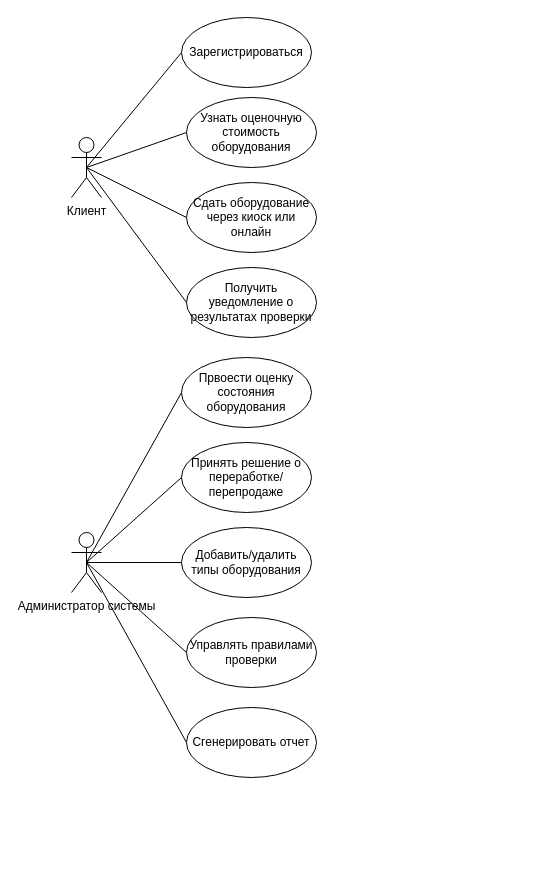
The draw.io diagram Lab Work №1/docs/diagram.drawio in embersage/HSE-Software-Architecture, before the edit. Source tidied: cells renumbered, new cells numbered last; positions are measured from the earlier drawing's top-left corner, leaving out a move shared by most shapes. Both pictures are drawn from the tidied source at 100%, with x=0, y=0 at pixel (71, 17).
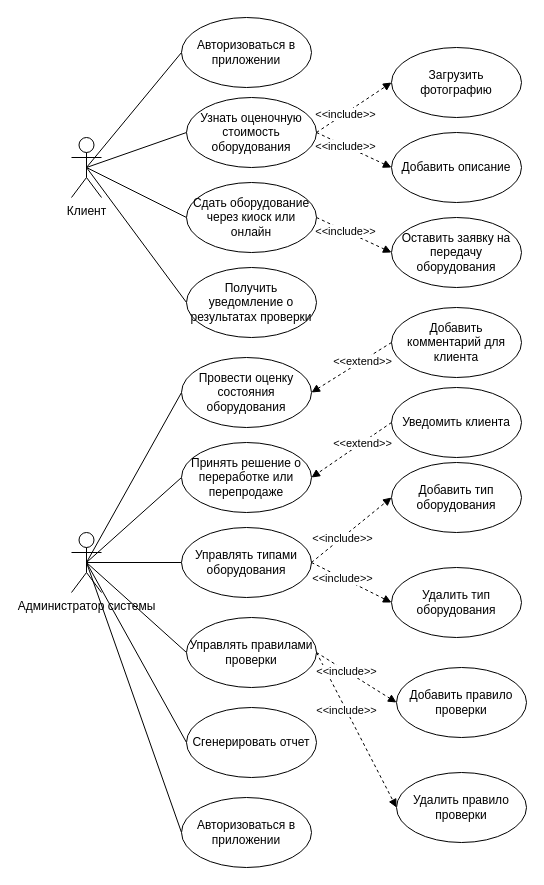
The same page after the edit.

Commit message (it also covers changes not shown here):
LabWork1 Исправил use case диаграмму, добавил подразделы нефункциональных требований

The change refers to these unchanged cells:
```xml
<mxCell id="12" value="Администратор системы" style="shape=umlActor;verticalLabelPosition=bottom;verticalAlign=top;html=1;outlineConnect=0;" parent="1" vertex="1">
  <mxGeometry y="515" width="30" height="60" as="geometry" />
</mxCell>
<mxCell id="13" value="Узнать оценочную стоимость оборудования" style="ellipse;whiteSpace=wrap;html=1;" parent="1" vertex="1">
  <mxGeometry x="115" y="80" width="130" height="70" as="geometry" />
</mxCell>
<mxCell id="14" value="Сдать оборудование через киоск или онлайн" style="ellipse;whiteSpace=wrap;html=1;" parent="1" vertex="1">
  <mxGeometry x="115" y="165" width="130" height="70" as="geometry" />
</mxCell>
<mxCell id="19" value="Управлять правилами проверки" style="ellipse;whiteSpace=wrap;html=1;" parent="1" vertex="1">
  <mxGeometry x="115" y="600" width="130" height="70" as="geometry" />
</mxCell>
```

Change to the diagram source:
```diff
@@
+    <mxCell id="22" style="edgeStyle=none;html=1;exitX=0.5;exitY=0.5;exitDx=0;exitDy=0;exitPerimeter=0;entryX=0;entryY=0.5;entryDx=0;entryDy=0;endArrow=none;endFill=0;" parent="1" edge="1" source="12" target="32">
+      <mxGeometry relative="1" as="geometry" />
+    </mxCell>
@@
-    <mxCell id="16" value="Првоести оценку состояния оборудования" style="ellipse;whiteSpace=wrap;html=1;" parent="1" vertex="1">
+    <mxCell id="16" value="Провести оценку состояния оборудования" style="ellipse;whiteSpace=wrap;html=1;" parent="1" vertex="1">
       <mxGeometry x="110" y="340" width="130" height="70" as="geometry" />
     </mxCell>
-    <mxCell id="17" value="Принять решение о переработке/перепродаже" style="ellipse;whiteSpace=wrap;html=1;" parent="1" vertex="1">
+    <mxCell id="17" value="Принять решение о переработке или перепродаже" style="ellipse;whiteSpace=wrap;html=1;" parent="1" vertex="1">
       <mxGeometry x="110" y="425" width="130" height="70" as="geometry" />
     </mxCell>
-    <mxCell id="18" value="Добавить/удалить типы оборудования" style="ellipse;whiteSpace=wrap;html=1;" parent="1" vertex="1">
+    <mxCell id="18" value="Управлять типами оборудования" style="ellipse;whiteSpace=wrap;html=1;" parent="1" vertex="1">
       <mxGeometry x="110" y="510" width="130" height="70" as="geometry" />
     </mxCell>
@@
-    <mxCell id="20" value="Зарегистрироваться" style="ellipse;whiteSpace=wrap;html=1;" parent="1" vertex="1">
+    <mxCell id="20" value="Авторизоваться в приложении" style="ellipse;whiteSpace=wrap;html=1;" parent="1" vertex="1">
       <mxGeometry x="110" width="130" height="70" as="geometry" />
     </mxCell>
@@
+    <mxCell id="23" style="edgeStyle=none;html=1;dashed=1;endArrow=block;endFill=1;entryX=0;entryY=0.5;entryDx=0;entryDy=0;exitX=1;exitY=0.5;exitDx=0;exitDy=0;" parent="1" edge="1" source="13" target="25">
+      <mxGeometry relative="1" as="geometry" />
+    </mxCell>
+    <mxCell id="24" value="&amp;lt;&amp;lt;include&amp;gt;&amp;gt;" style="edgeLabel;html=1;align=center;verticalAlign=middle;" parent="23" vertex="1">
+      <mxGeometry x="-0.25" relative="1" as="geometry" />
+    </mxCell>
+    <mxCell id="25" value="Загрузить фотографию" style="ellipse;whiteSpace=wrap;html=1;" parent="1" vertex="1">
+      <mxGeometry x="320" y="30" width="130" height="70" as="geometry" />
+    </mxCell>
+    <mxCell id="26" value="Добавить описание" style="ellipse;whiteSpace=wrap;html=1;" parent="1" vertex="1">
+      <mxGeometry x="320" y="115" width="130" height="70" as="geometry" />
+    </mxCell>
+    <mxCell id="27" style="edgeStyle=none;html=1;dashed=1;endArrow=block;endFill=1;entryX=0;entryY=0.5;entryDx=0;entryDy=0;exitX=1;exitY=0.5;exitDx=0;exitDy=0;" parent="1" edge="1" source="13" target="26">
+      <mxGeometry relative="1" as="geometry" />
+    </mxCell>
+    <mxCell id="28" value="&amp;lt;&amp;lt;include&amp;gt;&amp;gt;" style="edgeLabel;html=1;align=center;verticalAlign=middle;" parent="27" vertex="1">
+      <mxGeometry x="-0.25" relative="1" as="geometry" />
+    </mxCell>
+    <mxCell id="29" value="Оставить заявку на передачу оборудования" style="ellipse;whiteSpace=wrap;html=1;" parent="1" vertex="1">
+      <mxGeometry x="320" y="200" width="130" height="70" as="geometry" />
+    </mxCell>
+    <mxCell id="30" style="edgeStyle=none;html=1;dashed=1;endArrow=block;endFill=1;entryX=0;entryY=0.5;entryDx=0;entryDy=0;exitX=1;exitY=0.5;exitDx=0;exitDy=0;" parent="1" edge="1" source="14" target="29">
+      <mxGeometry relative="1" as="geometry" />
+    </mxCell>
+    <mxCell id="31" value="&amp;lt;&amp;lt;include&amp;gt;&amp;gt;" style="edgeLabel;html=1;align=center;verticalAlign=middle;" parent="30" vertex="1">
+      <mxGeometry x="-0.25" relative="1" as="geometry" />
+    </mxCell>
+    <mxCell id="32" value="Авторизоваться в приложении" style="ellipse;whiteSpace=wrap;html=1;" parent="1" vertex="1">
+      <mxGeometry x="110" y="780" width="130" height="70" as="geometry" />
+    </mxCell>
+    <mxCell id="33" value="Добавить тип оборудования" style="ellipse;whiteSpace=wrap;html=1;" parent="1" vertex="1">
+      <mxGeometry x="320" y="445" width="130" height="70" as="geometry" />
+    </mxCell>
+    <mxCell id="34" value="Удалить тип оборудования" style="ellipse;whiteSpace=wrap;html=1;" parent="1" vertex="1">
+      <mxGeometry x="320" y="550" width="130" height="70" as="geometry" />
+    </mxCell>
+    <mxCell id="35" style="edgeStyle=none;html=1;dashed=1;endArrow=block;endFill=1;entryX=0;entryY=0.5;entryDx=0;entryDy=0;exitX=1;exitY=0.5;exitDx=0;exitDy=0;" parent="1" edge="1" source="18" target="34">
+      <mxGeometry relative="1" as="geometry" />
+    </mxCell>
+    <mxCell id="36" value="&amp;lt;&amp;lt;include&amp;gt;&amp;gt;" style="edgeLabel;html=1;align=center;verticalAlign=middle;" parent="35" vertex="1">
+      <mxGeometry x="-0.25" relative="1" as="geometry" />
+    </mxCell>
+    <mxCell id="37" style="edgeStyle=none;html=1;dashed=1;endArrow=block;endFill=1;entryX=0;entryY=0.5;entryDx=0;entryDy=0;exitX=1;exitY=0.5;exitDx=0;exitDy=0;" parent="1" edge="1" source="18" target="33">
+      <mxGeometry relative="1" as="geometry" />
+    </mxCell>
+    <mxCell id="38" value="&amp;lt;&amp;lt;include&amp;gt;&amp;gt;" style="edgeLabel;html=1;align=center;verticalAlign=middle;" parent="37" vertex="1">
+      <mxGeometry x="-0.25" relative="1" as="geometry" />
+    </mxCell>
+    <mxCell id="39" value="Добавить комментарий для клиента" style="ellipse;whiteSpace=wrap;html=1;" parent="1" vertex="1">
+      <mxGeometry x="320" y="290" width="130" height="70" as="geometry" />
+    </mxCell>
+    <mxCell id="40" style="edgeStyle=none;html=1;dashed=1;endArrow=block;endFill=1;entryX=1;entryY=0.5;entryDx=0;entryDy=0;exitX=0;exitY=0.5;exitDx=0;exitDy=0;" parent="1" edge="1" source="39" target="16">
+      <mxGeometry relative="1" as="geometry" />
+    </mxCell>
+    <mxCell id="41" value="&amp;lt;&amp;lt;extend&amp;gt;&amp;gt;" style="edgeLabel;html=1;align=center;verticalAlign=middle;" parent="40" vertex="1">
+      <mxGeometry x="-0.25" relative="1" as="geometry" />
+    </mxCell>
+    <mxCell id="42" value="Добавить правило проверки" style="ellipse;whiteSpace=wrap;html=1;" parent="1" vertex="1">
+      <mxGeometry x="325" y="650" width="130" height="70" as="geometry" />
+    </mxCell>
+    <mxCell id="43" value="Удалить правило проверки" style="ellipse;whiteSpace=wrap;html=1;" parent="1" vertex="1">
+      <mxGeometry x="325" y="755" width="130" height="70" as="geometry" />
+    </mxCell>
+    <mxCell id="44" style="edgeStyle=none;html=1;dashed=1;endArrow=block;endFill=1;entryX=0;entryY=0.5;entryDx=0;entryDy=0;exitX=1;exitY=0.5;exitDx=0;exitDy=0;" parent="1" edge="1" source="19" target="43">
+      <mxGeometry relative="1" as="geometry" />
+    </mxCell>
+    <mxCell id="45" value="&amp;lt;&amp;lt;include&amp;gt;&amp;gt;" style="edgeLabel;html=1;align=center;verticalAlign=middle;" parent="44" vertex="1">
+      <mxGeometry x="-0.25" relative="1" as="geometry" />
+    </mxCell>
+    <mxCell id="46" style="edgeStyle=none;html=1;dashed=1;endArrow=block;endFill=1;entryX=0;entryY=0.5;entryDx=0;entryDy=0;exitX=1;exitY=0.5;exitDx=0;exitDy=0;" parent="1" edge="1" source="19" target="42">
+      <mxGeometry relative="1" as="geometry" />
+    </mxCell>
+    <mxCell id="47" value="&amp;lt;&amp;lt;include&amp;gt;&amp;gt;" style="edgeLabel;html=1;align=center;verticalAlign=middle;" parent="46" vertex="1">
+      <mxGeometry x="-0.25" relative="1" as="geometry" />
+    </mxCell>
+    <mxCell id="48" value="Уведомить клиента" style="ellipse;whiteSpace=wrap;html=1;" parent="1" vertex="1">
+      <mxGeometry x="320" y="370" width="130" height="70" as="geometry" />
+    </mxCell>
+    <mxCell id="49" style="edgeStyle=none;html=1;dashed=1;endArrow=block;endFill=1;entryX=1;entryY=0.5;entryDx=0;entryDy=0;exitX=0;exitY=0.5;exitDx=0;exitDy=0;" parent="1" edge="1" source="48" target="17">
+      <mxGeometry relative="1" as="geometry" />
+    </mxCell>
+    <mxCell id="50" value="&amp;lt;&amp;lt;extend&amp;gt;&amp;gt;" style="edgeLabel;html=1;align=center;verticalAlign=middle;" parent="49" vertex="1">
+      <mxGeometry x="-0.25" relative="1" as="geometry" />
+    </mxCell>
```
